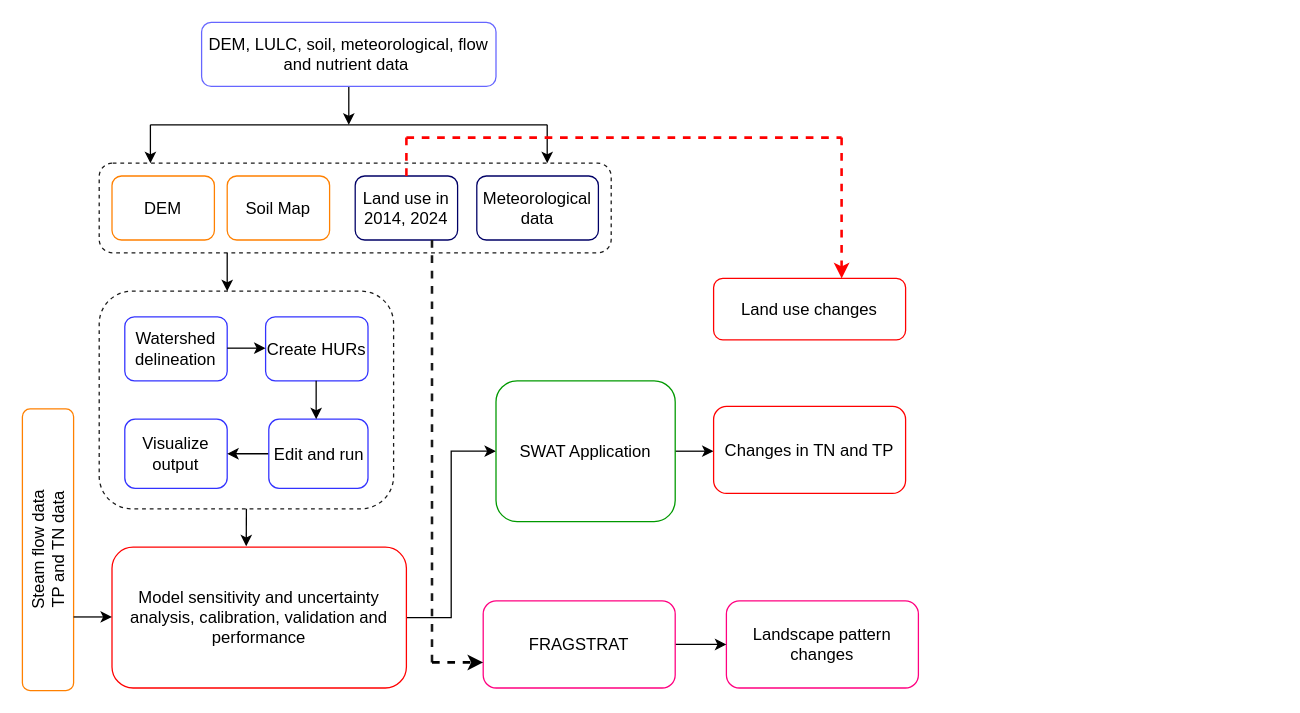
The draw.io diagram objective4.0N.drawio in yemioke/PRISMA2020, before the edit. Source tidied: cells renumbered, new cells numbered last; positions are measured from the earlier drawing's top-left corner, leaving out a move shared by most shapes. Both pictures are drawn from the tidied source at 128%, with x=0, y=0 at pixel (-93, 22).
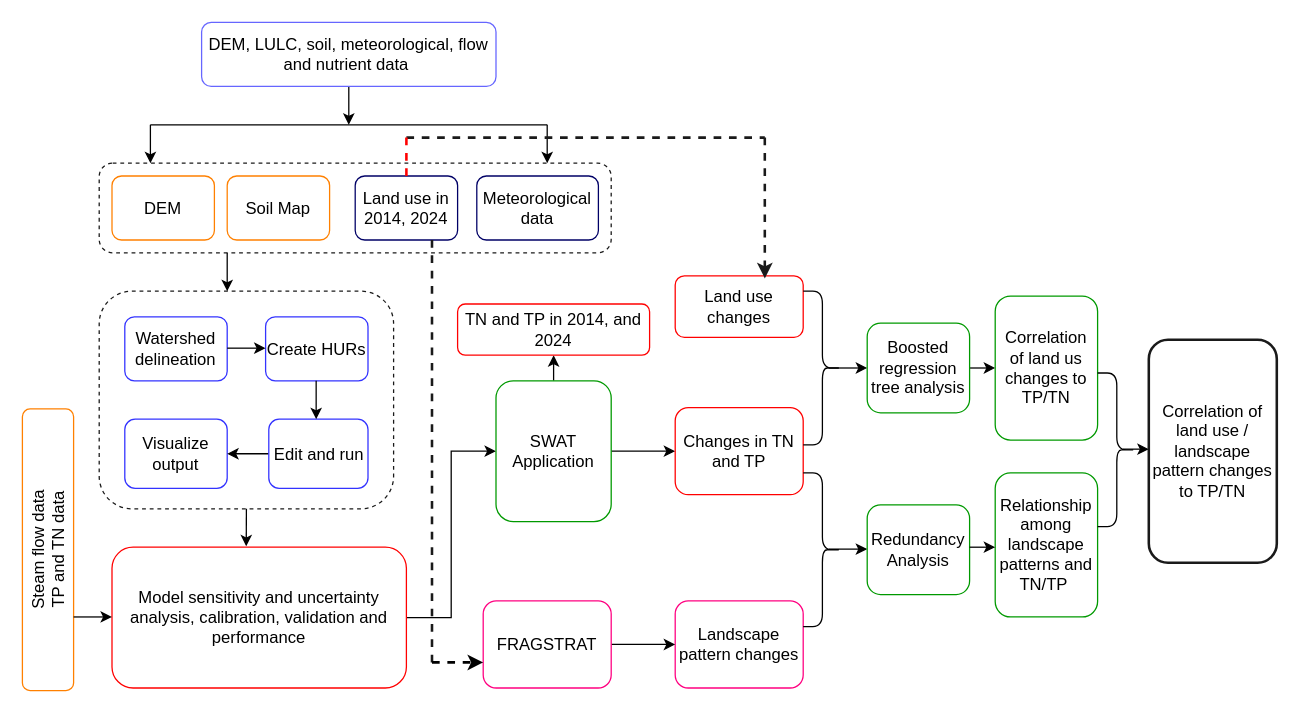
The same diagram, later.

Diff of the diagram source:
```diff
@@
     <mxCell id="23" style="edgeStyle=orthogonalEdgeStyle;rounded=0;jettySize=auto;html=1;exitX=1;exitY=0.5;exitDx=0;exitDy=0;" parent="1" edge="1" source="24">
       <mxGeometry relative="1" as="geometry">
-        <mxPoint x="630" y="335" as="targetPoint" />
+        <mxPoint x="600" y="335" as="targetPoint" />
       </mxGeometry>
     </mxCell>
+    <mxCell id="38" style="edgeStyle=orthogonalEdgeStyle;rounded=0;jettySize=auto;html=1;exitX=0.5;exitY=0;exitDx=0;exitDy=0;entryX=0.5;entryY=1;entryDx=0;entryDy=0;" parent="1" edge="1" source="24" target="43">
+      <mxGeometry relative="1" as="geometry" />
+    </mxCell>
     <mxCell id="24" value="&lt;font style=&quot;font-size: 13px;&quot;&gt;SWAT Application&lt;/font&gt;" style="rounded=1;whiteSpace=wrap;html=1;strokeColor=#009900;" parent="1" vertex="1">
-      <mxGeometry x="460" y="280" width="140" height="110" as="geometry" />
+      <mxGeometry x="460" y="280" width="90" height="110" as="geometry" />
     </mxCell>
     <mxCell id="25" value="&lt;font style=&quot;font-size: 13px;&quot;&gt;Changes in TN and TP&lt;/font&gt;" style="rounded=1;whiteSpace=wrap;html=1;strokeColor=#FF0000;" parent="1" vertex="1">
-      <mxGeometry x="630" y="300" width="150" height="68" as="geometry" />
+      <mxGeometry x="600" y="301" width="100" height="68" as="geometry" />
     </mxCell>
     <mxCell id="26" value="&lt;font style=&quot;font-size: 13px;&quot;&gt;Land use changes&lt;/font&gt;" style="rounded=1;whiteSpace=wrap;html=1;strokeColor=#FF0000;" parent="1" vertex="1">
-      <mxGeometry x="630" y="200" width="150" height="48" as="geometry" />
+      <mxGeometry x="600" y="198" width="100" height="48" as="geometry" />
     </mxCell>
@@
     <mxCell id="29" value="&lt;font style=&quot;font-size: 13px;&quot;&gt;Landscape pattern changes&lt;/font&gt;" style="rounded=1;whiteSpace=wrap;html=1;strokeColor=#FF0080;" parent="1" vertex="1">
-      <mxGeometry x="640" y="452" width="150" height="68" as="geometry" />
+      <mxGeometry x="600" y="452" width="100" height="68" as="geometry" />
     </mxCell>
@@
     <mxCell id="31" value="&lt;font style=&quot;font-size: 13px;&quot;&gt;FRAGSTRAT&lt;/font&gt;" style="rounded=1;whiteSpace=wrap;html=1;strokeColor=#FF0080;" parent="1" vertex="1">
-      <mxGeometry x="450" y="452" width="150" height="68" as="geometry" />
+      <mxGeometry x="450" y="452" width="100" height="68" as="geometry" />
     </mxCell>
-    <mxCell id="32" style="endArrow=none;html=1;rounded=0;dashed=1;strokeColor=#FF0000;strokeWidth=2;" parent="1" edge="1">
+    <mxCell id="32" style="endArrow=none;html=1;rounded=0;dashed=1;strokeColor=#1A1A1A;strokeWidth=2;" parent="1" edge="1">
       <mxGeometry relative="1" as="geometry">
         <mxPoint x="390" y="90" as="sourcePoint" />
-        <mxPoint x="730" y="90" as="targetPoint" />
+        <mxPoint x="670" y="90" as="targetPoint" />
       </mxGeometry>
     </mxCell>
-    <mxCell id="33" style="endArrow=classic;html=1;rounded=0;dashed=1;strokeColor=#FF0000;strokeWidth=2;" parent="1" edge="1">
+    <mxCell id="33" style="endArrow=classic;html=1;rounded=0;dashed=1;strokeColor=#1A1A1A;strokeWidth=2;" parent="1" edge="1">
       <mxGeometry relative="1" as="geometry">
-        <mxPoint x="730" y="90" as="sourcePoint" />
-        <mxPoint x="730" y="200" as="targetPoint" />
+        <mxPoint x="670" y="90" as="sourcePoint" />
+        <mxPoint x="670" y="200" as="targetPoint" />
       </mxGeometry>
     </mxCell>
@@
+    <mxCell id="39" style="shape=curlyBracket;whiteSpace=wrap;html=1;rounded=1;flipH=1;labelPosition=right;verticalLabelPosition=middle;align=left;verticalAlign=middle;size=0.5;" parent="1" vertex="1">
+      <mxGeometry x="700" y="210" width="30" height="120" as="geometry" />
+    </mxCell>
+    <mxCell id="40" style="endArrow=classic;html=1;rounded=0;" parent="1" edge="1">
+      <mxGeometry relative="1" as="geometry">
+        <mxPoint x="720" y="270" as="sourcePoint" />
+        <mxPoint x="750" y="270" as="targetPoint" />
+      </mxGeometry>
+    </mxCell>
+    <mxCell id="41" style="shape=curlyBracket;whiteSpace=wrap;html=1;rounded=1;flipH=1;labelPosition=right;verticalLabelPosition=middle;align=left;verticalAlign=middle;size=0.5;" parent="1" vertex="1">
+      <mxGeometry x="700" y="352" width="30" height="120" as="geometry" />
+    </mxCell>
+    <mxCell id="42" style="endArrow=classic;html=1;rounded=0;" parent="1" edge="1">
+      <mxGeometry relative="1" as="geometry">
+        <mxPoint x="720" y="411.5" as="sourcePoint" />
+        <mxPoint x="750" y="411.5" as="targetPoint" />
+      </mxGeometry>
+    </mxCell>
+    <mxCell id="43" value="&lt;font style=&quot;font-size: 13px;&quot;&gt;TN and TP in 2014, and 2024&lt;/font&gt;" style="rounded=1;whiteSpace=wrap;html=1;strokeColor=#FF0000;" parent="1" vertex="1">
+      <mxGeometry x="430" y="220" width="150" height="40" as="geometry" />
+    </mxCell>
+    <mxCell id="44" value="&lt;font style=&quot;font-size: 13px;&quot;&gt;Redundancy Analysis&lt;/font&gt;" style="rounded=1;whiteSpace=wrap;html=1;strokeColor=#009900;" parent="1" vertex="1">
+      <mxGeometry x="750" y="377" width="80" height="70" as="geometry" />
+    </mxCell>
+    <mxCell id="45" style="edgeStyle=orthogonalEdgeStyle;rounded=0;jettySize=auto;html=1;exitX=1;exitY=0.5;exitDx=0;exitDy=0;entryX=0;entryY=0.5;entryDx=0;entryDy=0;" parent="1" edge="1" source="46" target="47">
+      <mxGeometry relative="1" as="geometry" />
+    </mxCell>
+    <mxCell id="46" value="&lt;font style=&quot;font-size: 13px;&quot;&gt;Boosted regression tree analysis&lt;/font&gt;" style="rounded=1;whiteSpace=wrap;html=1;strokeColor=#009900;" parent="1" vertex="1">
+      <mxGeometry x="750" y="235" width="80" height="70" as="geometry" />
+    </mxCell>
+    <mxCell id="47" value="&lt;font style=&quot;font-size: 13px;&quot;&gt;Correlation of land us changes to TP/TN&lt;/font&gt;" style="rounded=1;whiteSpace=wrap;html=1;strokeColor=#009900;" parent="1" vertex="1">
+      <mxGeometry x="850" y="213.8" width="80" height="112.5" as="geometry" />
+    </mxCell>
+    <mxCell id="48" value="&lt;font style=&quot;font-size: 13px;&quot;&gt;Relationship among landscape patterns and TN/TP&amp;nbsp;&lt;/font&gt;" style="rounded=1;whiteSpace=wrap;html=1;strokeColor=#009900;" parent="1" vertex="1">
+      <mxGeometry x="850" y="352" width="80" height="112.5" as="geometry" />
+    </mxCell>
+    <mxCell id="49" value="&lt;font style=&quot;font-size: 13px;&quot;&gt;Correlation of land use / landscape pattern changes to TP/TN&lt;/font&gt;" style="rounded=1;whiteSpace=wrap;html=1;strokeColor=#1A1A1A;strokeWidth=2;" parent="1" vertex="1">
+      <mxGeometry x="970" y="247.9" width="100" height="174.2" as="geometry" />
+    </mxCell>
+    <mxCell id="50" style="shape=curlyBracket;whiteSpace=wrap;html=1;rounded=1;flipH=1;labelPosition=right;verticalLabelPosition=middle;align=left;verticalAlign=middle;size=0.5;" parent="1" vertex="1">
+      <mxGeometry x="930" y="273.9" width="30" height="120" as="geometry" />
+    </mxCell>
+    <mxCell id="51" style="endArrow=classic;html=1;rounded=0;" parent="1" edge="1">
+      <mxGeometry relative="1" as="geometry">
+        <mxPoint x="950" y="333.4" as="sourcePoint" />
+        <mxPoint x="970" y="333.4" as="targetPoint" />
+      </mxGeometry>
+    </mxCell>
+    <mxCell id="52" style="edgeStyle=orthogonalEdgeStyle;rounded=0;orthogonalLoop=1;jettySize=auto;html=1;exitX=1;exitY=0.5;exitDx=0;exitDy=0;entryX=0;entryY=0.5;entryDx=0;entryDy=0;" parent="1" edge="1">
+      <mxGeometry relative="1" as="geometry">
+        <mxPoint x="830" y="410" as="sourcePoint" />
+        <mxPoint x="850" y="410" as="targetPoint" />
+      </mxGeometry>
+    </mxCell>
```
